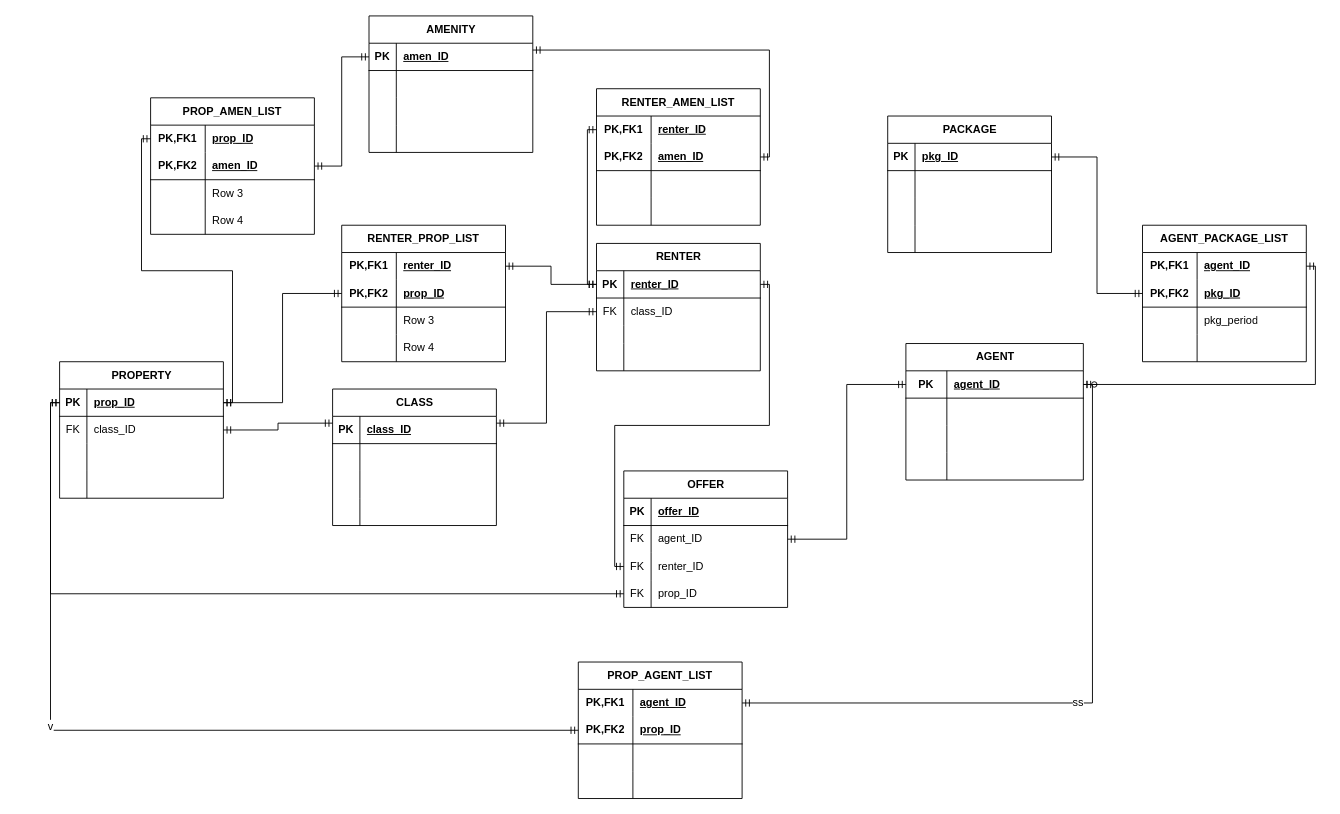
Before: assignment1.drawio in ahendrix1/COMP251_Assignment1_ERD, a draw.io diagram. Source tidied: cells renumbered, new cells numbered last; positions are measured from the earlier drawing's top-left corner, leaving out a move shared by most shapes. Both pictures are drawn from the tidied source at 91%, with x=0, y=0 at pixel (59, 15).
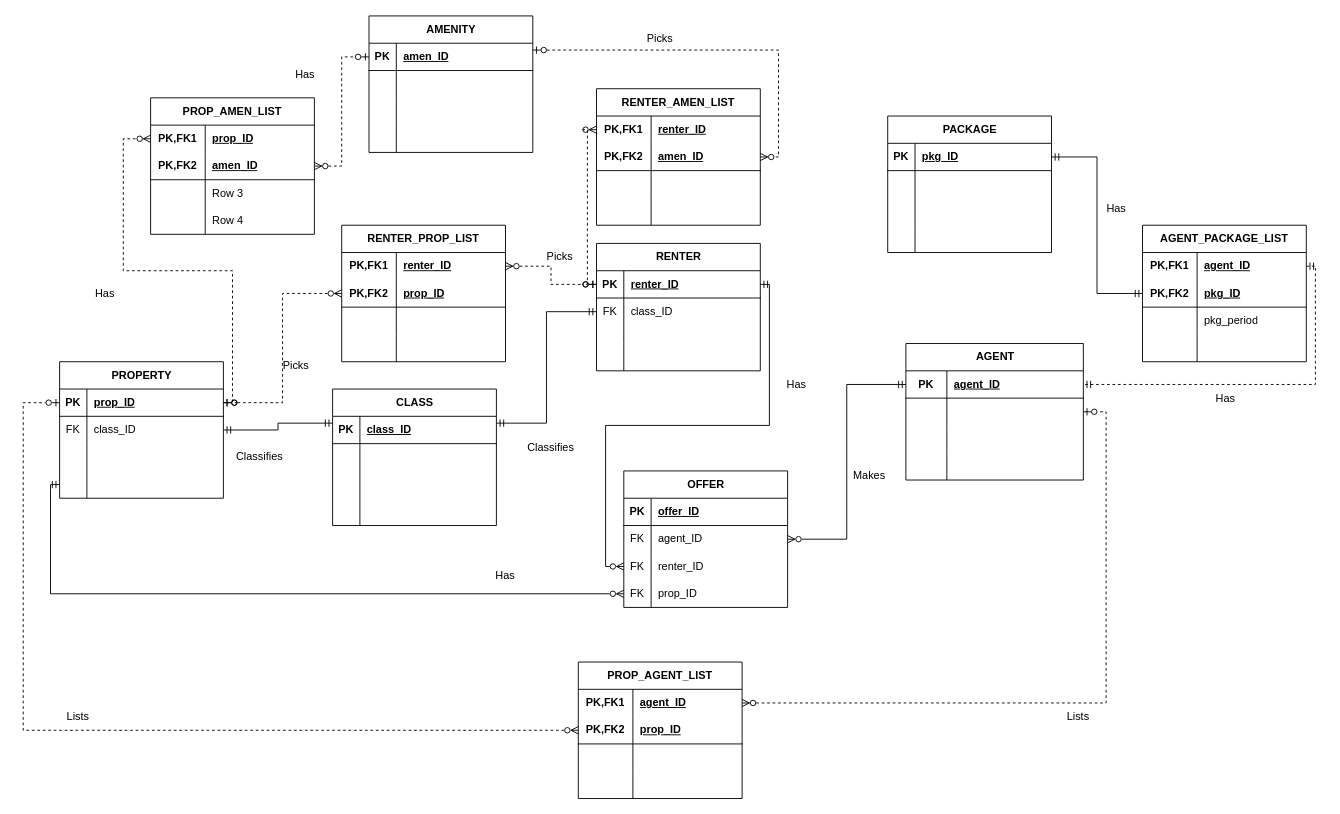
The same page after the edit.

Commit message (it also covers changes not shown here):
touchups, finishing

The change refers to these unchanged cells:
```xml
<mxCell id="16" style="shape=tableRow;horizontal=0;startSize=0;swimlaneHead=0;swimlaneBody=0;fillColor=none;points=[[0,0.5],[1,0.5]];portConstraint=eastwest;top=0;left=0;right=0;bottom=1;" parent="15" vertex="1">
  <mxGeometry y="30" width="195" height="30" as="geometry" />
</mxCell>
<mxCell id="19" style="shape=tableRow;horizontal=0;startSize=0;swimlaneHead=0;swimlaneBody=0;fillColor=none;points=[[0,0.5],[1,0.5]];portConstraint=eastwest;top=0;left=0;right=0;bottom=0;" parent="15" vertex="1">
  <mxGeometry y="60" width="195" height="30" as="geometry" />
</mxCell>
<mxCell id="29" style="shape=tableRow;horizontal=0;startSize=0;swimlaneHead=0;swimlaneBody=0;fillColor=none;points=[[0,0.5],[1,0.5]];portConstraint=eastwest;top=0;left=0;right=0;bottom=1;" parent="28" vertex="1">
  <mxGeometry y="30" width="180" height="30" as="geometry" />
</mxCell>
<mxCell id="38" style="shape=tableRow;horizontal=0;startSize=0;swimlaneHead=0;swimlaneBody=0;fillColor=none;points=[[0,0.5],[1,0.5]];portConstraint=eastwest;top=0;left=0;right=0;bottom=0;" parent="28" vertex="1">
  <mxGeometry y="120" width="180" height="30" as="geometry" />
</mxCell>
<mxCell id="55" style="shape=tableRow;horizontal=0;startSize=0;swimlaneHead=0;swimlaneBody=0;fillColor=none;points=[[0,0.5],[1,0.5]];portConstraint=eastwest;top=0;left=0;right=0;bottom=1;" parent="54" vertex="1">
  <mxGeometry y="30" width="180" height="30" as="geometry" />
</mxCell>
<mxCell id="71" style="shape=tableRow;horizontal=0;startSize=0;swimlaneHead=0;swimlaneBody=0;fillColor=none;points=[[0,0.5],[1,0.5]];portConstraint=eastwest;top=0;left=0;right=0;bottom=0;" parent="67" vertex="1">
  <mxGeometry y="60" width="180" height="30" as="geometry" />
</mxCell>
<mxCell id="74" style="shape=tableRow;horizontal=0;startSize=0;swimlaneHead=0;swimlaneBody=0;fillColor=none;points=[[0,0.5],[1,0.5]];portConstraint=eastwest;top=0;left=0;right=0;bottom=0;" parent="67" vertex="1">
  <mxGeometry y="90" width="180" height="30" as="geometry" />
</mxCell>
<mxCell id="77" style="shape=tableRow;horizontal=0;startSize=0;swimlaneHead=0;swimlaneBody=0;fillColor=none;points=[[0,0.5],[1,0.5]];portConstraint=eastwest;top=0;left=0;right=0;bottom=0;" parent="67" vertex="1">
  <mxGeometry y="120" width="180" height="30" as="geometry" />
</mxCell>
<mxCell id="80" value="AMENITY" style="shape=table;startSize=30;childLayout=tableLayout;rowLines=0;fontStyle=1;align=center;html=1;" parent="1" vertex="1">
  <mxGeometry x="340" width="180" height="150" as="geometry" />
</mxCell>
<mxCell id="81" style="shape=tableRow;horizontal=0;startSize=0;swimlaneHead=0;swimlaneBody=0;fillColor=none;points=[[0,0.5],[1,0.5]];portConstraint=eastwest;top=0;left=0;right=0;bottom=1;" parent="80" vertex="1">
  <mxGeometry y="30" width="180" height="30" as="geometry" />
</mxCell>
<mxCell id="94" style="shape=tableRow;horizontal=0;startSize=0;swimlaneHead=0;swimlaneBody=0;fillColor=none;points=[[0,0.5],[1,0.5]];portConstraint=eastwest;top=0;left=0;right=0;bottom=0;html=1;" parent="93" vertex="1">
  <mxGeometry y="30" width="180" height="30" as="geometry" />
</mxCell>
<mxCell id="107" style="edgeStyle=orthogonalEdgeStyle;fontSize=12;html=1;endArrow=ERmandOne;startArrow=ERmandOne;rounded=0;defaultLabelBackgroundColor=page;exitX=1;exitY=0.5;exitDx=0;exitDy=0;entryX=0;entryY=0.5;entryDx=0;entryDy=0;" parent="1" edge="1" source="42" target="97">
  <mxGeometry relative="1" as="geometry" />
</mxCell>
<mxCell id="114" style="shape=tableRow;horizontal=0;startSize=0;swimlaneHead=0;swimlaneBody=0;fillColor=none;points=[[0,0.5],[1,0.5]];portConstraint=eastwest;top=0;left=0;right=0;bottom=0;html=1;" parent="113" vertex="1">
  <mxGeometry y="30" width="180" height="30" as="geometry" />
</mxCell>
<mxCell id="117" style="shape=tableRow;horizontal=0;startSize=0;swimlaneHead=0;swimlaneBody=0;fillColor=none;points=[[0,0.5],[1,0.5]];portConstraint=eastwest;top=0;left=0;right=0;bottom=1;html=1;" parent="113" vertex="1">
  <mxGeometry y="60" width="180" height="30" as="geometry" />
</mxCell>
<mxCell id="127" style="shape=tableRow;horizontal=0;startSize=0;swimlaneHead=0;swimlaneBody=0;fillColor=none;points=[[0,0.5],[1,0.5]];portConstraint=eastwest;top=0;left=0;right=0;bottom=0;html=1;" parent="126" vertex="1">
  <mxGeometry y="30" width="180" height="30" as="geometry" />
</mxCell>
<mxCell id="130" style="shape=tableRow;horizontal=0;startSize=0;swimlaneHead=0;swimlaneBody=0;fillColor=none;points=[[0,0.5],[1,0.5]];portConstraint=eastwest;top=0;left=0;right=0;bottom=1;html=1;" parent="126" vertex="1">
  <mxGeometry y="60" width="180" height="30" as="geometry" />
</mxCell>
<mxCell id="133" style="shape=tableRow;horizontal=0;startSize=0;swimlaneHead=0;swimlaneBody=0;fillColor=none;top=0;left=0;right=0;bottom=0;html=1;" parent="126" vertex="1">
  <mxGeometry y="90" width="180" height="30" as="geometry" />
</mxCell>
<mxCell id="136" style="shape=tableRow;horizontal=0;startSize=0;swimlaneHead=0;swimlaneBody=0;fillColor=none;top=0;left=0;right=0;bottom=0;html=1;" parent="126" vertex="1">
  <mxGeometry y="120" width="180" height="30" as="geometry" />
</mxCell>
<mxCell id="140" style="shape=tableRow;horizontal=0;startSize=0;swimlaneHead=0;swimlaneBody=0;fillColor=none;points=[[0,0.5],[1,0.5]];portConstraint=eastwest;top=0;left=0;right=0;bottom=0;html=1;" parent="139" vertex="1">
  <mxGeometry y="30" width="180" height="30" as="geometry" />
</mxCell>
<mxCell id="143" style="shape=tableRow;horizontal=0;startSize=0;swimlaneHead=0;swimlaneBody=0;fillColor=none;points=[[0,0.5],[1,0.5]];portConstraint=eastwest;top=0;left=0;right=0;bottom=1;html=1;" parent="139" vertex="1">
  <mxGeometry y="60" width="180" height="30" as="geometry" />
</mxCell>
<mxCell id="153" style="shape=tableRow;horizontal=0;startSize=0;swimlaneHead=0;swimlaneBody=0;fillColor=none;points=[[0,0.5],[1,0.5]];portConstraint=eastwest;top=0;left=0;right=0;bottom=0;html=1;" parent="152" vertex="1">
  <mxGeometry y="30" width="180" height="30" as="geometry" />
</mxCell>
<mxCell id="156" style="shape=tableRow;horizontal=0;startSize=0;swimlaneHead=0;swimlaneBody=0;fillColor=none;points=[[0,0.5],[1,0.5]];portConstraint=eastwest;top=0;left=0;right=0;bottom=1;html=1;" parent="152" vertex="1">
  <mxGeometry y="60" width="180" height="30" as="geometry" />
</mxCell>
```

The edit, as a diff of the source:
```diff
@@
-    <mxCell id="106" style="edgeStyle=orthogonalEdgeStyle;fontSize=12;html=1;endArrow=ERmandOne;startArrow=ERmandOne;rounded=0;defaultLabelBackgroundColor=page;exitX=1;exitY=0.5;exitDx=0;exitDy=0;entryX=1;entryY=0.5;entryDx=0;entryDy=0;" parent="1" edge="1" source="94" target="16">
+    <mxCell id="106" style="edgeStyle=orthogonalEdgeStyle;fontSize=12;html=1;endArrow=ERmandOne;startArrow=ERmandOne;rounded=0;defaultLabelBackgroundColor=page;exitX=1;exitY=0.5;exitDx=0;exitDy=0;entryX=1;entryY=0.5;entryDx=0;entryDy=0;strokeColor=default;dashed=1;" parent="1" edge="1" source="94" target="16">
       <mxGeometry relative="1" as="geometry" />
     </mxCell>
+    <mxCell id="173" value="&lt;div&gt;Has&lt;/div&gt;" style="edgeLabel;html=1;align=center;verticalAlign=middle;inheritText=1;fontSize=12;defaultLabelBackgroundColor=page;" parent="106" vertex="1">
+      <mxGeometry x="0.27" relative="1" as="geometry">
+        <mxPoint x="11" y="15" as="offset" />
+      </mxGeometry>
+    </mxCell>
@@
+    <mxCell id="174" value="&lt;div&gt;Has&lt;/div&gt;" style="edgeLabel;html=1;align=center;verticalAlign=middle;inheritText=1;fontSize=12;defaultLabelBackgroundColor=page;" parent="107" vertex="1">
+      <mxGeometry x="-0.15" relative="1" as="geometry">
+        <mxPoint x="20" as="offset" />
+      </mxGeometry>
+    </mxCell>
-    <mxCell id="108" style="edgeStyle=orthogonalEdgeStyle;fontSize=12;html=1;endArrow=ERmandOne;startArrow=ERmandOne;rounded=0;defaultLabelBackgroundColor=page;exitX=1;exitY=0.5;exitDx=0;exitDy=0;entryX=0;entryY=0.5;entryDx=0;entryDy=0;" parent="1" edge="1" source="55" target="74">
-      <mxGeometry relative="1" as="geometry" />
+    <mxCell id="108" style="edgeStyle=orthogonalEdgeStyle;fontSize=12;html=1;endArrow=ERzeroToMany;startArrow=ERmandOne;rounded=0;defaultLabelBackgroundColor=page;exitX=1;exitY=0.5;exitDx=0;exitDy=0;entryX=0;entryY=0.5;entryDx=0;entryDy=0;endFill=0;" parent="1" edge="1" source="55" target="74">
+      <mxGeometry x="-0.04" relative="1" as="geometry">
+        <Array as="points">
+          <mxPoint x="780" y="295" />
+          <mxPoint x="780" y="450" />
+          <mxPoint x="600" y="450" />
+          <mxPoint x="600" y="605" />
+        </Array>
+      </mxGeometry>
     </mxCell>
-    <mxCell id="109" style="edgeStyle=orthogonalEdgeStyle;fontSize=12;html=1;endArrow=ERmandOne;startArrow=ERmandOne;rounded=0;defaultLabelBackgroundColor=page;exitX=0;exitY=0.5;exitDx=0;exitDy=0;entryX=0;entryY=0.5;entryDx=0;entryDy=0;" parent="1" edge="1" source="29" target="77">
+    <mxCell id="109" style="edgeStyle=orthogonalEdgeStyle;fontSize=12;html=1;endArrow=ERzeroToMany;startArrow=ERmandOne;rounded=0;defaultLabelBackgroundColor=page;exitX=0;exitY=0.5;exitDx=0;exitDy=0;entryX=0;entryY=0.5;entryDx=0;entryDy=0;endFill=0;" parent="1" edge="1" source="38" target="77">
       <mxGeometry x="-0.14" relative="1" as="geometry" />
     </mxCell>
-    <mxCell id="110" style="edgeStyle=orthogonalEdgeStyle;fontSize=12;html=1;endArrow=ERmandOne;startArrow=ERmandOne;rounded=0;defaultLabelBackgroundColor=page;exitX=1;exitY=0.5;exitDx=0;exitDy=0;entryX=0;entryY=0.5;entryDx=0;entryDy=0;" parent="1" edge="1" source="71" target="16">
+    <mxCell id="110" style="edgeStyle=orthogonalEdgeStyle;fontSize=12;html=1;endArrow=ERmandOne;startArrow=ERzeroToMany;rounded=0;defaultLabelBackgroundColor=page;exitX=1;exitY=0.5;exitDx=0;exitDy=0;entryX=0;entryY=0.5;entryDx=0;entryDy=0;startFill=0;" parent="1" edge="1" source="71" target="16">
       <mxGeometry relative="1" as="geometry" />
     </mxCell>
@@
-    <mxCell id="135" value="Row 3" style="shape=partialRectangle;fillColor=none;top=0;left=0;bottom=0;right=0;align=left;spacingLeft=6;overflow=hidden;html=1;whiteSpace=wrap;" parent="133" vertex="1">
+    <mxCell id="135" style="shape=partialRectangle;fillColor=none;top=0;left=0;bottom=0;right=0;align=left;spacingLeft=6;overflow=hidden;html=1;whiteSpace=wrap;" parent="133" vertex="1">
       <mxGeometry x="60" width="120" height="30" as="geometry" />
     </mxCell>
@@
-    <mxCell id="138" value="Row 4" style="shape=partialRectangle;fillColor=none;top=0;left=0;bottom=0;right=0;align=left;spacingLeft=6;overflow=hidden;html=1;whiteSpace=wrap;" parent="136" vertex="1">
+    <mxCell id="138" style="shape=partialRectangle;fillColor=none;top=0;left=0;bottom=0;right=0;align=left;spacingLeft=6;overflow=hidden;html=1;whiteSpace=wrap;" parent="136" vertex="1">
       <mxGeometry x="60" width="120" height="30" as="geometry" />
     </mxCell>
@@
-    <mxCell id="165" style="edgeStyle=orthogonalEdgeStyle;fontSize=12;html=1;endArrow=ERmandOne;startArrow=ERmandOne;rounded=0;defaultLabelBackgroundColor=page;entryX=1;entryY=0.5;entryDx=0;entryDy=0;exitX=1;exitY=0.25;exitDx=0;exitDy=0;" parent="1" edge="1" source="80" target="156">
-      <mxGeometry relative="1" as="geometry" />
+    <mxCell id="165" style="edgeStyle=orthogonalEdgeStyle;fontSize=12;html=1;endArrow=ERzeroToMany;startArrow=ERzeroToOne;rounded=0;defaultLabelBackgroundColor=page;entryX=1;entryY=0.5;entryDx=0;entryDy=0;exitX=1;exitY=0.25;exitDx=0;exitDy=0;startFill=0;endFill=0;dashed=1;" parent="1" edge="1" source="80" target="156">
+      <mxGeometry x="-0.05" relative="1" as="geometry">
+        <Array as="points">
+          <mxPoint x="790" y="37.5" />
+          <mxPoint x="790" y="155" />
+        </Array>
+      </mxGeometry>
     </mxCell>
-    <mxCell id="166" style="edgeStyle=orthogonalEdgeStyle;fontSize=12;html=1;endArrow=ERmandOne;startArrow=ERmandOne;rounded=0;defaultLabelBackgroundColor=page;exitX=0;exitY=0.5;exitDx=0;exitDy=0;entryX=0;entryY=0.5;entryDx=0;entryDy=0;" parent="1" edge="1" source="153" target="55">
+    <mxCell id="166" style="edgeStyle=orthogonalEdgeStyle;fontSize=12;html=1;endArrow=ERzeroToOne;startArrow=ERzeroToMany;rounded=0;defaultLabelBackgroundColor=page;exitX=0;exitY=0.5;exitDx=0;exitDy=0;entryX=0;entryY=0.5;entryDx=0;entryDy=0;endFill=0;startFill=0;dashed=1;" parent="1" edge="1" source="153" target="55">
       <mxGeometry relative="1" as="geometry" />
     </mxCell>
-    <mxCell id="167" style="edgeStyle=orthogonalEdgeStyle;fontSize=12;html=1;endArrow=ERmandOne;startArrow=ERmandOne;rounded=0;defaultLabelBackgroundColor=page;entryX=0;entryY=0.5;entryDx=0;entryDy=0;exitX=1;exitY=0.5;exitDx=0;exitDy=0;" parent="1" edge="1" source="29" target="140">
-      <mxGeometry relative="1" as="geometry" />
+    <mxCell id="167" style="edgeStyle=orthogonalEdgeStyle;fontSize=12;html=1;endArrow=ERzeroToMany;startArrow=ERzeroToOne;rounded=0;defaultLabelBackgroundColor=page;entryX=0;entryY=0.5;entryDx=0;entryDy=0;exitX=1;exitY=0.5;exitDx=0;exitDy=0;dashed=1;endFill=0;startFill=0;" parent="1" edge="1" source="29" target="140">
+      <mxGeometry x="-0.09" relative="1" as="geometry">
+        <Array as="points">
+          <mxPoint x="190" y="425" />
+          <mxPoint x="190" y="280" />
+          <mxPoint x="70" y="280" />
+          <mxPoint x="70" y="135" />
+        </Array>
+      </mxGeometry>
     </mxCell>
-    <mxCell id="168" style="edgeStyle=orthogonalEdgeStyle;fontSize=12;html=1;endArrow=ERmandOne;startArrow=ERmandOne;rounded=0;defaultLabelBackgroundColor=page;exitX=1;exitY=0.5;exitDx=0;exitDy=0;entryX=0;entryY=0.5;entryDx=0;entryDy=0;" parent="1" edge="1" source="143" target="81">
+    <mxCell id="168" style="edgeStyle=orthogonalEdgeStyle;fontSize=12;html=1;endArrow=ERzeroToOne;startArrow=ERzeroToMany;rounded=0;defaultLabelBackgroundColor=page;exitX=1;exitY=0.5;exitDx=0;exitDy=0;entryX=0;entryY=0.5;entryDx=0;entryDy=0;startFill=0;endFill=0;dashed=1;" parent="1" edge="1" source="143" target="81">
       <mxGeometry x="0.12" relative="1" as="geometry" />
     </mxCell>
-    <mxCell id="169" style="edgeStyle=orthogonalEdgeStyle;fontSize=12;html=1;endArrow=ERmandOne;startArrow=ERmandOne;rounded=0;defaultLabelBackgroundColor=page;exitX=1;exitY=0.5;exitDx=0;exitDy=0;entryX=0;entryY=0.5;entryDx=0;entryDy=0;" parent="1" edge="1" source="127" target="55">
+    <mxCell id="169" style="edgeStyle=orthogonalEdgeStyle;fontSize=12;html=1;endArrow=ERzeroToOne;startArrow=ERzeroToMany;rounded=0;defaultLabelBackgroundColor=page;exitX=1;exitY=0.5;exitDx=0;exitDy=0;entryX=0;entryY=0.5;entryDx=0;entryDy=0;startFill=0;endFill=0;dashed=1;" parent="1" edge="1" source="127" target="55">
       <mxGeometry relative="1" as="geometry" />
     </mxCell>
-    <mxCell id="170" style="edgeStyle=orthogonalEdgeStyle;fontSize=12;html=1;endArrow=ERmandOne;startArrow=ERmandOne;rounded=0;defaultLabelBackgroundColor=page;exitX=1;exitY=0.5;exitDx=0;exitDy=0;entryX=0;entryY=0.5;entryDx=0;entryDy=0;" parent="1" edge="1" source="29" target="130">
+    <mxCell id="170" style="edgeStyle=orthogonalEdgeStyle;fontSize=12;html=1;endArrow=ERzeroToMany;startArrow=ERzeroToOne;rounded=0;defaultLabelBackgroundColor=page;exitX=1;exitY=0.5;exitDx=0;exitDy=0;entryX=0;entryY=0.5;entryDx=0;entryDy=0;endFill=0;startFill=0;dashed=1;" parent="1" edge="1" source="29" target="130">
       <mxGeometry relative="1" as="geometry" />
     </mxCell>
-    <mxCell id="171" value="v" style="edgeStyle=orthogonalEdgeStyle;fontSize=12;html=1;endArrow=ERmandOne;startArrow=ERmandOne;rounded=0;defaultLabelBackgroundColor=page;exitX=0;exitY=0.5;exitDx=0;exitDy=0;entryX=0;entryY=0.5;entryDx=0;entryDy=0;" parent="1" edge="1" source="117" target="29">
-      <mxGeometry x="0.23" relative="1" as="geometry" />
+    <mxCell id="171" value="Lists" style="edgeStyle=orthogonalEdgeStyle;fontSize=12;html=1;endArrow=ERzeroToOne;startArrow=ERzeroToMany;rounded=0;defaultLabelBackgroundColor=page;exitX=0;exitY=0.5;exitDx=0;exitDy=0;dashed=1;endFill=0;startFill=0;entryX=0;entryY=0.5;entryDx=0;entryDy=0;" parent="1" edge="1" source="117" target="29">
+      <mxGeometry x="0.09" y="-15" relative="1" as="geometry">
+        <Array as="points">
+          <mxPoint x="-40" y="785" />
+          <mxPoint x="-40" y="425" />
+        </Array>
+      </mxGeometry>
     </mxCell>
-    <mxCell id="172" value="ss" style="edgeStyle=orthogonalEdgeStyle;fontSize=12;html=1;endArrow=ERzeroToOne;startArrow=ERmandOne;rounded=0;defaultLabelBackgroundColor=page;exitX=1;exitY=0.5;exitDx=0;exitDy=0;entryX=1;entryY=0.5;entryDx=0;entryDy=0;endFill=0;" parent="1" edge="1" source="114" target="16">
-      <mxGeometry x="-0.01" relative="1" as="geometry" />
+    <mxCell id="172" value="Lists" style="edgeStyle=orthogonalEdgeStyle;fontSize=12;html=1;endArrow=ERzeroToOne;startArrow=ERzeroToMany;rounded=0;defaultLabelBackgroundColor=page;exitX=1;exitY=0.5;exitDx=0;exitDy=0;entryX=1;entryY=0.5;entryDx=0;entryDy=0;endFill=0;dashed=1;startFill=0;" parent="1" edge="1" source="114" target="19">
+      <mxGeometry x="-0.01" y="-15" relative="1" as="geometry">
+        <Array as="points">
+          <mxPoint x="1150" y="755" />
+          <mxPoint x="1150" y="435" />
+        </Array>
+      </mxGeometry>
     </mxCell>
+    <mxCell id="175" value="&lt;div&gt;Makes&lt;/div&gt;" style="text;html=1;whiteSpace=wrap;strokeColor=none;fillColor=none;align=center;verticalAlign=middle;rounded=0;" parent="1" vertex="1">
+      <mxGeometry x="860" y="490" width="60" height="30" as="geometry" />
+    </mxCell>
+    <mxCell id="176" value="Has" style="text;html=1;whiteSpace=wrap;strokeColor=none;fillColor=none;align=center;verticalAlign=middle;rounded=0;" parent="1" vertex="1">
+      <mxGeometry x="780" y="390" width="60" height="30" as="geometry" />
+    </mxCell>
+    <mxCell id="177" value="&lt;div&gt;Has&lt;/div&gt;" style="text;html=1;whiteSpace=wrap;strokeColor=none;fillColor=none;align=center;verticalAlign=middle;rounded=0;" parent="1" vertex="1">
+      <mxGeometry x="460" y="600" width="60" height="30" as="geometry" />
+    </mxCell>
+    <mxCell id="178" value="&lt;div&gt;Classifies&lt;/div&gt;" style="text;html=1;whiteSpace=wrap;strokeColor=none;fillColor=none;align=center;verticalAlign=middle;rounded=0;" parent="1" vertex="1">
+      <mxGeometry x="190" y="470" width="60" height="30" as="geometry" />
+    </mxCell>
+    <mxCell id="179" value="Classifies" style="text;html=1;whiteSpace=wrap;strokeColor=none;fillColor=none;align=center;verticalAlign=middle;rounded=0;" parent="1" vertex="1">
+      <mxGeometry x="510" y="460" width="60" height="30" as="geometry" />
+    </mxCell>
+    <mxCell id="180" value="&lt;div&gt;Picks&lt;/div&gt;" style="text;html=1;whiteSpace=wrap;strokeColor=none;fillColor=none;align=center;verticalAlign=middle;rounded=0;" parent="1" vertex="1">
+      <mxGeometry x="520" y="250" width="60" height="30" as="geometry" />
+    </mxCell>
+    <mxCell id="181" value="&lt;div&gt;Picks&lt;/div&gt;" style="text;html=1;whiteSpace=wrap;strokeColor=none;fillColor=none;align=center;verticalAlign=middle;rounded=0;" parent="1" vertex="1">
+      <mxGeometry x="230" y="370" width="60" height="30" as="geometry" />
+    </mxCell>
+    <mxCell id="182" value="Picks" style="text;html=1;whiteSpace=wrap;strokeColor=none;fillColor=none;align=center;verticalAlign=middle;rounded=0;" parent="1" vertex="1">
+      <mxGeometry x="630" y="10" width="60" height="30" as="geometry" />
+    </mxCell>
+    <mxCell id="183" value="Has" style="text;html=1;whiteSpace=wrap;strokeColor=none;fillColor=none;align=center;verticalAlign=middle;rounded=0;" parent="1" vertex="1">
+      <mxGeometry x="240" y="50" width="60" height="30" as="geometry" />
+    </mxCell>
+    <mxCell id="184" value="&lt;div&gt;Has&lt;/div&gt;" style="text;html=1;whiteSpace=wrap;strokeColor=none;fillColor=none;align=center;verticalAlign=middle;rounded=0;" parent="1" vertex="1">
+      <mxGeometry x="20" y="290" width="60" height="30" as="geometry" />
+    </mxCell>
```
